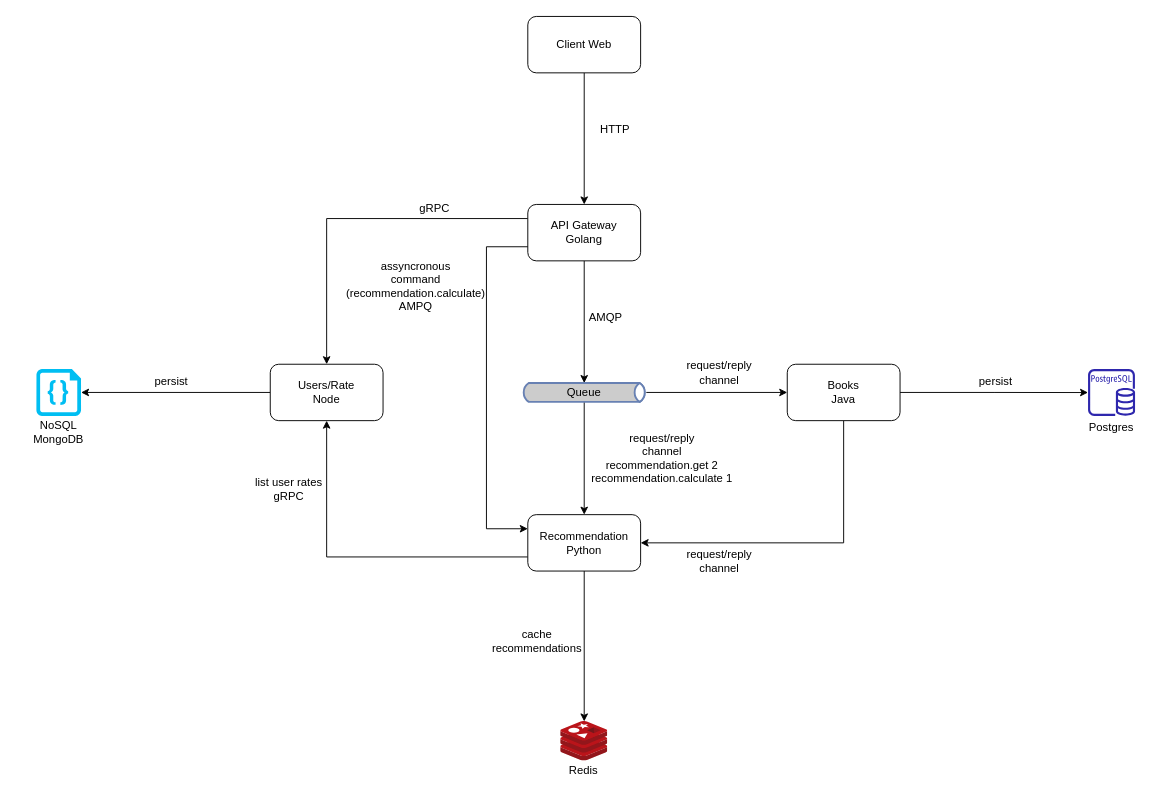
juliocesarscheidt/book-recommendations-v2 keeps this draw.io diagram as architecture/book-recommendations.drawio. Above is the earlier version. Source tidied: cells renumbered, new cells numbered last; positions are measured from the earlier drawing's top-left corner, leaving out a move shared by most shapes. Both pictures are drawn from the tidied source at 94%, with x=0, y=0 at pixel (16, 16).
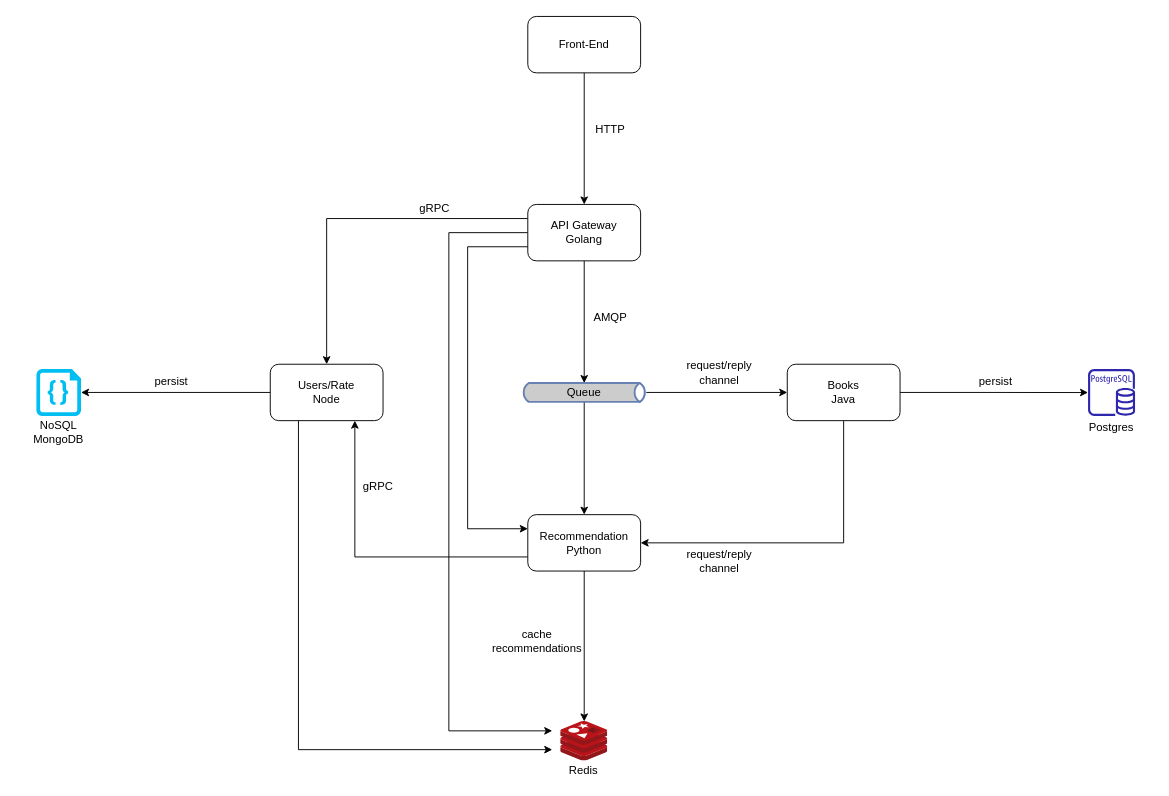
The same page after the edit.

The change refers to these unchanged cells:
```xml
<mxCell id="4" value="API Gateway&lt;br&gt;Golang" style="rounded=1;whiteSpace=wrap;html=1;" parent="1" vertex="1">
  <mxGeometry x="544" y="200" width="120" height="60" as="geometry" />
</mxCell>
<mxCell id="7" value="Users/Rate&lt;br&gt;Node" style="rounded=1;whiteSpace=wrap;html=1;" parent="1" vertex="1">
  <mxGeometry x="270" y="370" width="120" height="60" as="geometry" />
</mxCell>
<mxCell id="13" value="Recommendation&lt;br&gt;Python" style="rounded=1;whiteSpace=wrap;html=1;" parent="1" vertex="1">
  <mxGeometry x="544" y="530" width="120" height="60" as="geometry" />
</mxCell>
```

Diff of the diagram source:
```diff
@@
+    <mxCell id="37" style="edgeStyle=orthogonalEdgeStyle;rounded=0;jettySize=auto;html=1;" parent="1" edge="1" source="4">
+      <mxGeometry relative="1" as="geometry">
+        <mxPoint x="570" y="760" as="targetPoint" />
+        <Array as="points">
+          <mxPoint x="460" y="230" />
+          <mxPoint x="460" y="760" />
+        </Array>
+      </mxGeometry>
+    </mxCell>
@@
     <mxCell id="6" style="edgeStyle=orthogonalEdgeStyle;rounded=0;jettySize=auto;html=1;entryX=0;entryY=0.25;entryDx=0;entryDy=0;exitX=0;exitY=0.75;exitDx=0;exitDy=0;" parent="1" edge="1" source="4" target="13">
       <mxGeometry relative="1" as="geometry">
         <Array as="points">
-          <mxPoint x="500" y="245" />
-          <mxPoint x="500" y="545" />
+          <mxPoint x="480" y="245" />
+          <mxPoint x="480" y="545" />
         </Array>
       </mxGeometry>
     </mxCell>
+    <mxCell id="38" style="edgeStyle=orthogonalEdgeStyle;rounded=0;jettySize=auto;html=1;exitX=0.25;exitY=1;exitDx=0;exitDy=0;" parent="1" edge="1" source="7">
+      <mxGeometry relative="1" as="geometry">
+        <mxPoint x="570" y="780" as="targetPoint" />
+        <Array as="points">
+          <mxPoint x="300" y="780" />
+        </Array>
+      </mxGeometry>
+    </mxCell>
@@
-    <mxCell id="12" style="edgeStyle=orthogonalEdgeStyle;rounded=0;jettySize=auto;html=1;exitX=0;exitY=0.75;exitDx=0;exitDy=0;entryX=0.5;entryY=1;entryDx=0;entryDy=0;" parent="1" edge="1" source="13" target="7">
-      <mxGeometry relative="1" as="geometry" />
+    <mxCell id="12" style="edgeStyle=orthogonalEdgeStyle;rounded=0;jettySize=auto;html=1;exitX=0;exitY=0.75;exitDx=0;exitDy=0;entryX=0.75;entryY=1;entryDx=0;entryDy=0;" parent="1" edge="1" source="13" target="7">
+      <mxGeometry relative="1" as="geometry">
+        <Array as="points">
+          <mxPoint x="360" y="575" />
+        </Array>
+      </mxGeometry>
     </mxCell>
@@
     <mxCell id="19" value="AMQP" style="text;html=1;strokeColor=none;fillColor=none;align=center;verticalAlign=middle;whiteSpace=wrap;rounded=0;" parent="1" vertex="1">
-      <mxGeometry x="604" y="310" width="46" height="20" as="geometry" />
+      <mxGeometry x="604" y="310" width="56" height="20" as="geometry" />
     </mxCell>
@@
-    <mxCell id="26" value="request/reply&lt;br&gt;channel&lt;br&gt;recommendation.get 2&lt;br&gt;recommendation.calculate 1" style="text;html=1;strokeColor=none;fillColor=none;align=center;verticalAlign=middle;whiteSpace=wrap;rounded=0;" parent="1" vertex="1">
-      <mxGeometry x="604" y="440" width="166" height="60" as="geometry" />
-    </mxCell>
     <mxCell id="27" value="gRPC" style="text;html=1;strokeColor=none;fillColor=none;align=center;verticalAlign=middle;whiteSpace=wrap;rounded=0;" parent="1" vertex="1">
-      <mxGeometry x="400" y="195" width="90" height="20" as="geometry" />
+      <mxGeometry x="420" y="195" width="50" height="20" as="geometry" />
     </mxCell>
-    <mxCell id="28" value="&lt;div&gt;assyncronous&lt;/div&gt;&lt;div&gt;command&lt;/div&gt;&lt;div&gt;(recommendation.calculate)&lt;br&gt;AMPQ&lt;/div&gt;" style="text;html=1;strokeColor=none;fillColor=none;align=center;verticalAlign=middle;whiteSpace=wrap;rounded=0;" parent="1" vertex="1">
-      <mxGeometry x="350" y="260" width="150" height="54.5" as="geometry" />
-    </mxCell>
@@
-    <mxCell id="33" value="&lt;div&gt;list user rates&lt;br&gt;gRPC&lt;/div&gt;" style="text;html=1;strokeColor=none;fillColor=none;align=center;verticalAlign=middle;whiteSpace=wrap;rounded=0;" parent="1" vertex="1">
-      <mxGeometry x="250" y="475.5" width="80" height="54.5" as="geometry" />
+    <mxCell id="33" value="&lt;div&gt;gRPC&lt;/div&gt;" style="text;html=1;strokeColor=none;fillColor=none;align=center;verticalAlign=middle;whiteSpace=wrap;rounded=0;" parent="1" vertex="1">
+      <mxGeometry x="360" y="490" width="50" height="20" as="geometry" />
     </mxCell>
@@
-    <mxCell id="35" value="Client Web" style="rounded=1;whiteSpace=wrap;html=1;" parent="1" vertex="1">
+    <mxCell id="35" value="Front-End" style="rounded=1;whiteSpace=wrap;html=1;" parent="1" vertex="1">
       <mxGeometry x="544" width="120" height="60" as="geometry" />
     </mxCell>
     <mxCell id="36" value="HTTP" style="text;html=1;strokeColor=none;fillColor=none;align=center;verticalAlign=middle;whiteSpace=wrap;rounded=0;" parent="1" vertex="1">
-      <mxGeometry x="604" y="110" width="66" height="20" as="geometry" />
+      <mxGeometry x="604" y="110" width="56" height="20" as="geometry" />
     </mxCell>
```
